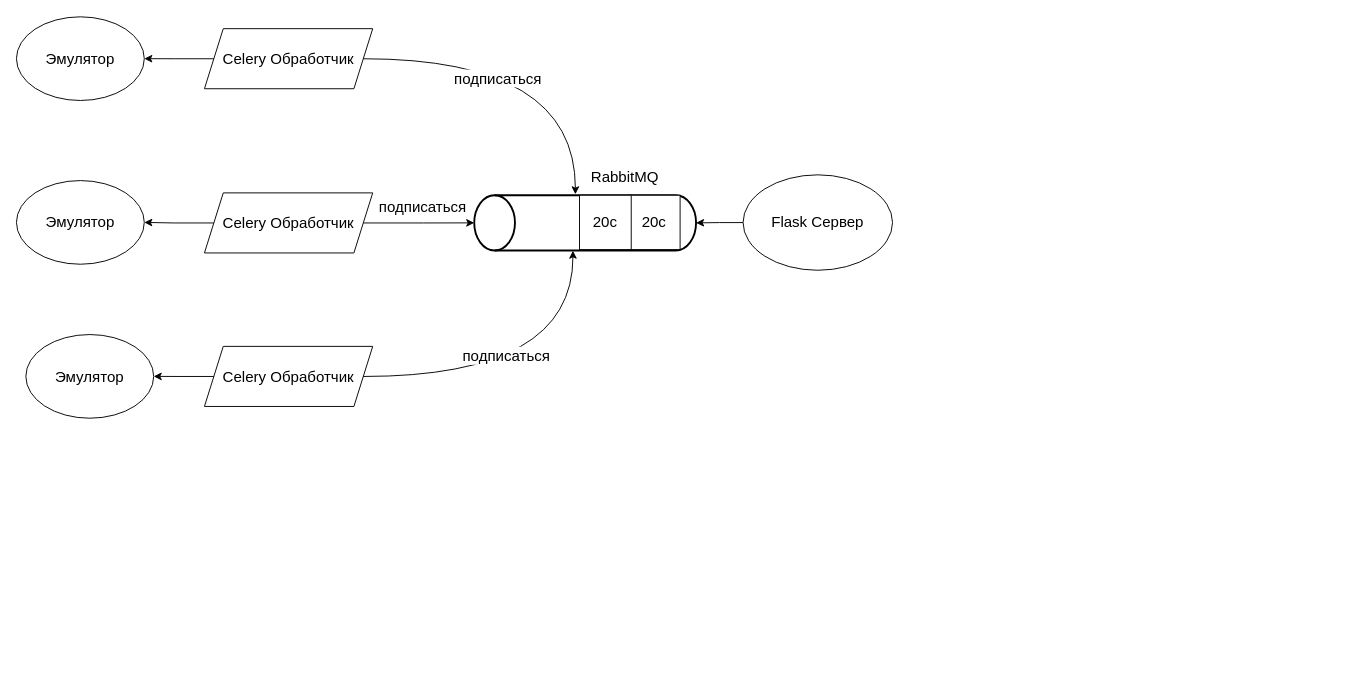
Basselalshayeb2/report_presentation_template keeps this draw.io diagram as seq.drawio. Above is the earlier version. Source tidied: cells renumbered, new cells numbered last; positions are measured from the earlier drawing's top-left corner, leaving out a move shared by most shapes. Both pictures are drawn from the tidied source at 94%, with x=0, y=0 at pixel (16, 16).
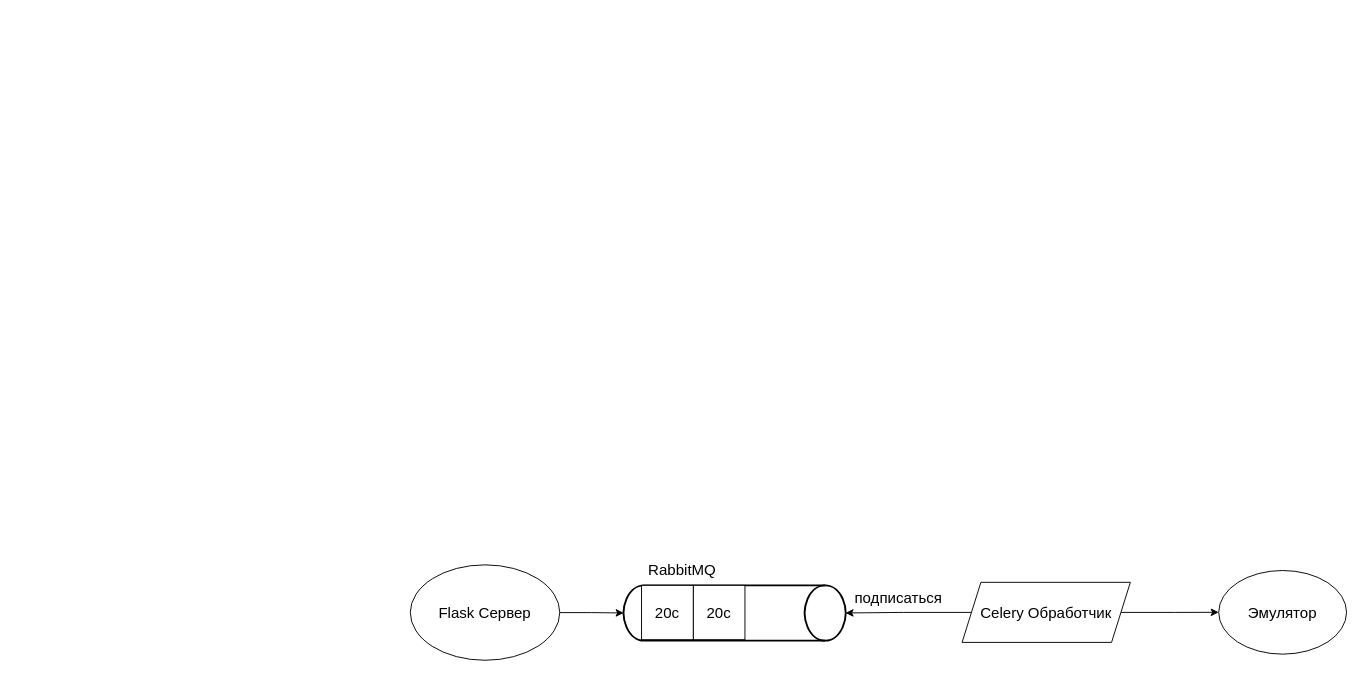
The same page after the edit.

Change to the diagram source:
```diff
@@
     <mxCell id="2" value="Flask Сервер" style="ellipse;whiteSpace=wrap;html=1;fontSize=16;" parent="1" vertex="1">
-      <mxGeometry x="773" y="168.5" width="159" height="101.5" as="geometry" />
+      <mxGeometry x="419" y="583.4" width="159" height="101.5" as="geometry" />
     </mxCell>
-    <mxCell id="3" style="edgeStyle=orthogonalEdgeStyle;rounded=0;jettySize=auto;html=1;entryX=1;entryY=0.5;entryDx=0;entryDy=0;entryPerimeter=0;fontSize=16;" parent="1" edge="1" source="9" target="4">
-      <mxGeometry relative="1" as="geometry" />
-    </mxCell>
-    <mxCell id="4" style="strokeWidth=2;html=1;shape=mxgraph.flowchart.direct_data;whiteSpace=wrap;rotation=-180;fontSize=16;" parent="1" vertex="1">
-      <mxGeometry x="487" y="190.2" width="236" height="58.8" as="geometry" />
-    </mxCell>
-    <mxCell id="5" value="20с" style="rounded=0;whiteSpace=wrap;html=1;fontSize=16;" parent="1" vertex="1">
-      <mxGeometry x="651" y="190.2" width="55" height="57.8" as="geometry" />
-    </mxCell>
-    <mxCell id="6" style="edgeStyle=orthogonalEdgeStyle;rounded=0;jettySize=auto;html=1;entryX=0;entryY=0.5;entryDx=0;entryDy=0;entryPerimeter=0;fontSize=16;" parent="1" edge="1" source="2" target="4">
-      <mxGeometry relative="1" as="geometry" />
-    </mxCell>
+    <mxCell id="23" style="edgeStyle=orthogonalEdgeStyle;rounded=0;jettySize=auto;html=1;entryX=1;entryY=0.5;entryDx=0;entryDy=0;entryPerimeter=0;fontSize=16;" parent="1" edge="1" source="28" target="24">
+      <mxGeometry relative="1" as="geometry" />
+    </mxCell>
+    <mxCell id="24" style="strokeWidth=2;html=1;shape=mxgraph.flowchart.direct_data;whiteSpace=wrap;rotation=0;fontSize=16;" parent="1" vertex="1">
+      <mxGeometry x="646" y="605.2" width="236" height="58.8" as="geometry" />
+    </mxCell>
+    <mxCell id="25" value="20с" style="rounded=0;whiteSpace=wrap;html=1;fontSize=16;" parent="1" vertex="1">
+      <mxGeometry x="720" y="605.2" width="55" height="57.8" as="geometry" />
+    </mxCell>
+    <mxCell id="26" style="edgeStyle=orthogonalEdgeStyle;rounded=0;jettySize=auto;html=1;entryX=0;entryY=0.5;entryDx=0;entryDy=0;entryPerimeter=0;fontSize=16;" parent="1" edge="1" source="2" target="24">
+      <mxGeometry relative="1" as="geometry" />
+    </mxCell>
     <mxCell id="7" value="RabbitMQ" style="text;html=1;align=center;verticalAlign=middle;strokeColor=none;fillColor=none;strokeWidth=3;fontSize=16;labelBackgroundColor=default;" parent="1" vertex="1">
-      <mxGeometry x="602" y="155" width="90" height="31" as="geometry" />
+      <mxGeometry x="663" y="573.2" width="90" height="31" as="geometry" />
     </mxCell>
-    <mxCell id="8" style="edgeStyle=orthogonalEdgeStyle;rounded=0;jettySize=auto;html=1;entryX=1;entryY=0.5;entryDx=0;entryDy=0;fontSize=16;" parent="1" edge="1" source="9" target="11">
-      <mxGeometry relative="1" as="geometry" />
-    </mxCell>
-    <mxCell id="9" value="Celery Обработчик" style="shape=parallelogram;perimeter=parallelogramPerimeter;whiteSpace=wrap;html=1;fixedSize=1;fontSize=16;" parent="1" vertex="1">
-      <mxGeometry x="200" y="187.7" width="179" height="63.9" as="geometry" />
-    </mxCell>
+    <mxCell id="27" style="edgeStyle=orthogonalEdgeStyle;rounded=0;jettySize=auto;html=1;entryX=0;entryY=0.5;entryDx=0;entryDy=0;fontSize=16;" parent="1" edge="1" source="28" target="29">
+      <mxGeometry relative="1" as="geometry" />
+    </mxCell>
+    <mxCell id="28" value="Celery Обработчик" style="shape=parallelogram;perimeter=parallelogramPerimeter;whiteSpace=wrap;html=1;fixedSize=1;fontSize=16;" parent="1" vertex="1">
+      <mxGeometry x="1006" y="602" width="179" height="63.9" as="geometry" />
+    </mxCell>
     <mxCell id="10" value="подписаться" style="text;html=1;align=center;verticalAlign=middle;strokeColor=none;fillColor=none;fontSize=16;" parent="1" vertex="1">
-      <mxGeometry x="376" y="187.7" width="111" height="31" as="geometry" />
+      <mxGeometry x="882" y="602" width="111" height="31" as="geometry" />
     </mxCell>
-    <mxCell id="11" value="Эмулятор" style="ellipse;whiteSpace=wrap;html=1;fontSize=16;" parent="1" vertex="1">
-      <mxGeometry y="174.6" width="136" height="89" as="geometry" />
-    </mxCell>
-    <mxCell id="12" value="20с" style="rounded=0;whiteSpace=wrap;html=1;fontSize=16;" parent="1" vertex="1">
-      <mxGeometry x="599" y="190.2" width="55" height="57.8" as="geometry" />
-    </mxCell>
-    <mxCell id="13" style="edgeStyle=orthogonalEdgeStyle;rounded=0;jettySize=auto;html=1;entryX=1;entryY=0.5;entryDx=0;entryDy=0;" parent="1" edge="1" source="14" target="22">
-      <mxGeometry relative="1" as="geometry" />
-    </mxCell>
-    <mxCell id="14" value="Celery Обработчик" style="shape=parallelogram;perimeter=parallelogramPerimeter;whiteSpace=wrap;html=1;fixedSize=1;fontSize=16;" parent="1" vertex="1">
-      <mxGeometry x="200" y="351" width="179" height="63.9" as="geometry" />
-    </mxCell>
-    <mxCell id="15" style="edgeStyle=orthogonalEdgeStyle;rounded=0;jettySize=auto;html=1;entryX=1;entryY=0.5;entryDx=0;entryDy=0;" parent="1" edge="1" source="16" target="21">
-      <mxGeometry relative="1" as="geometry" />
-    </mxCell>
-    <mxCell id="16" value="Celery Обработчик" style="shape=parallelogram;perimeter=parallelogramPerimeter;whiteSpace=wrap;html=1;fixedSize=1;fontSize=16;" parent="1" vertex="1">
-      <mxGeometry x="200" y="13" width="179" height="63.9" as="geometry" />
-    </mxCell>
-    <mxCell id="17" style="edgeStyle=orthogonalEdgeStyle;rounded=0;jettySize=auto;html=1;entryX=0.555;entryY=-0.004;entryDx=0;entryDy=0;entryPerimeter=0;curved=1;" parent="1" edge="1" source="14" target="4">
-      <mxGeometry relative="1" as="geometry" />
-    </mxCell>
-    <mxCell id="18" value="&lt;span style=&quot;&quot;&gt;подписаться&lt;/span&gt;" style="edgeLabel;html=1;align=center;verticalAlign=middle;fontSize=16;labelBackgroundColor=default;" parent="17" vertex="1">
-      <mxGeometry x="-0.09" y="26" relative="1" as="geometry">
-        <mxPoint x="-10" y="3" as="offset" />
-      </mxGeometry>
-    </mxCell>
-    <mxCell id="19" style="edgeStyle=orthogonalEdgeStyle;rounded=0;jettySize=auto;html=1;entryX=0.544;entryY=1.017;entryDx=0;entryDy=0;entryPerimeter=0;curved=1;" parent="1" edge="1" source="16" target="4">
-      <mxGeometry relative="1" as="geometry" />
-    </mxCell>
-    <mxCell id="20" value="&lt;span style=&quot;&quot;&gt;подписаться&lt;/span&gt;" style="edgeLabel;html=1;align=center;verticalAlign=middle;fontSize=16;labelBackgroundColor=default;" parent="19" vertex="1">
-      <mxGeometry x="-0.23" y="-20" relative="1" as="geometry">
-        <mxPoint x="1" as="offset" />
-      </mxGeometry>
-    </mxCell>
-    <mxCell id="21" value="Эмулятор" style="ellipse;whiteSpace=wrap;html=1;fontSize=16;" parent="1" vertex="1">
-      <mxGeometry y="0.4" width="136" height="89" as="geometry" />
-    </mxCell>
-    <mxCell id="22" value="Эмулятор" style="ellipse;whiteSpace=wrap;html=1;fontSize=16;" parent="1" vertex="1">
-      <mxGeometry x="10" y="338.4" width="136" height="89" as="geometry" />
-    </mxCell>
+    <mxCell id="29" value="Эмулятор" style="ellipse;whiteSpace=wrap;html=1;fontSize=16;" parent="1" vertex="1">
+      <mxGeometry x="1279" y="589.4" width="136" height="89" as="geometry" />
+    </mxCell>
+    <mxCell id="30" value="20с" style="rounded=0;whiteSpace=wrap;html=1;fontSize=16;" parent="1" vertex="1">
+      <mxGeometry x="665" y="605.2" width="55" height="57.8" as="geometry" />
+    </mxCell>
```
